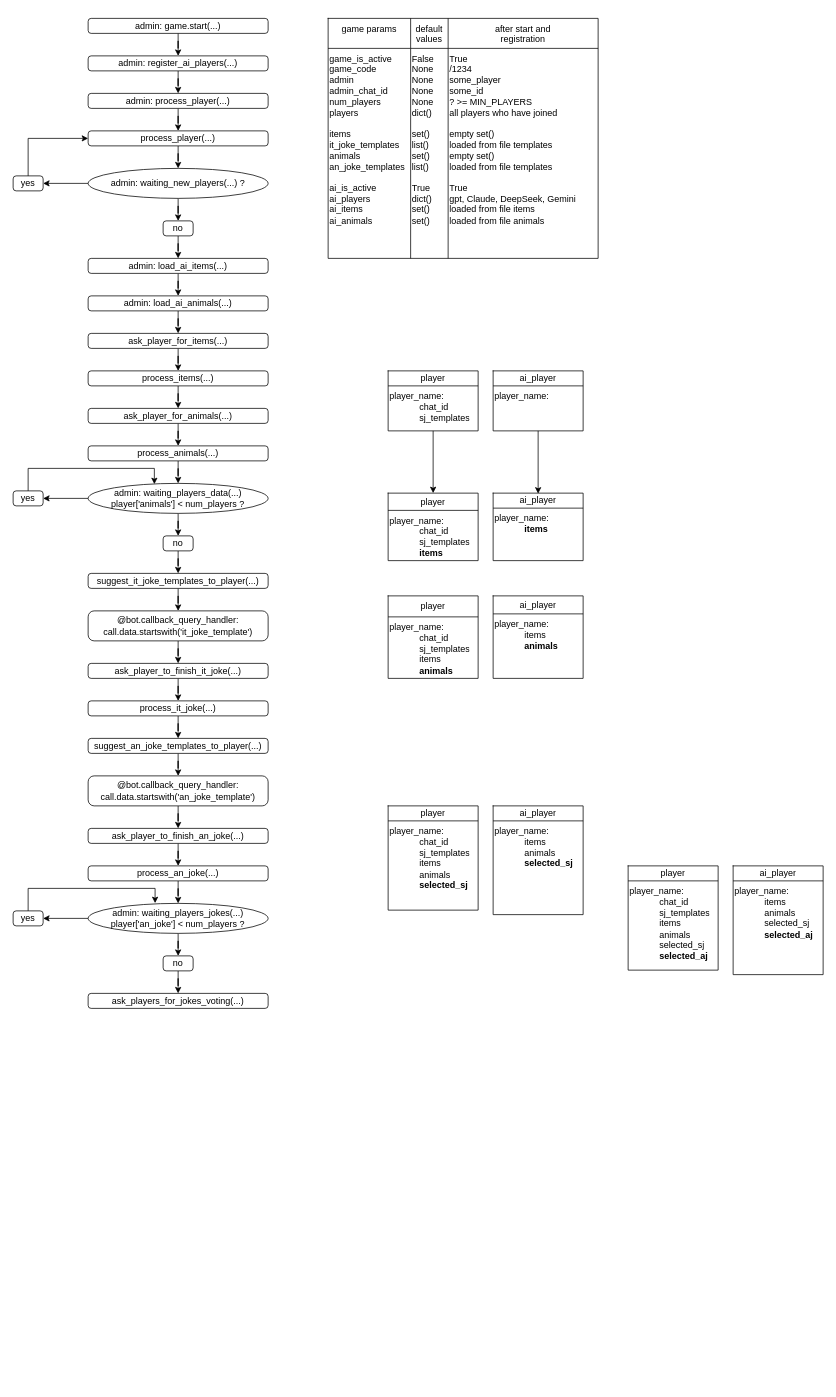
The draw.io diagram page "Page-1" (1 of 2) of telebot.drawio in yuko-37/smehahuehbot, before the edit. Source tidied: cells renumbered, new cells numbered last; positions are measured from the earlier drawing's top-left corner, leaving out a move shared by most shapes. Both pictures are drawn from the tidied source at 75%, with x=0, y=0 at pixel (13, 18).
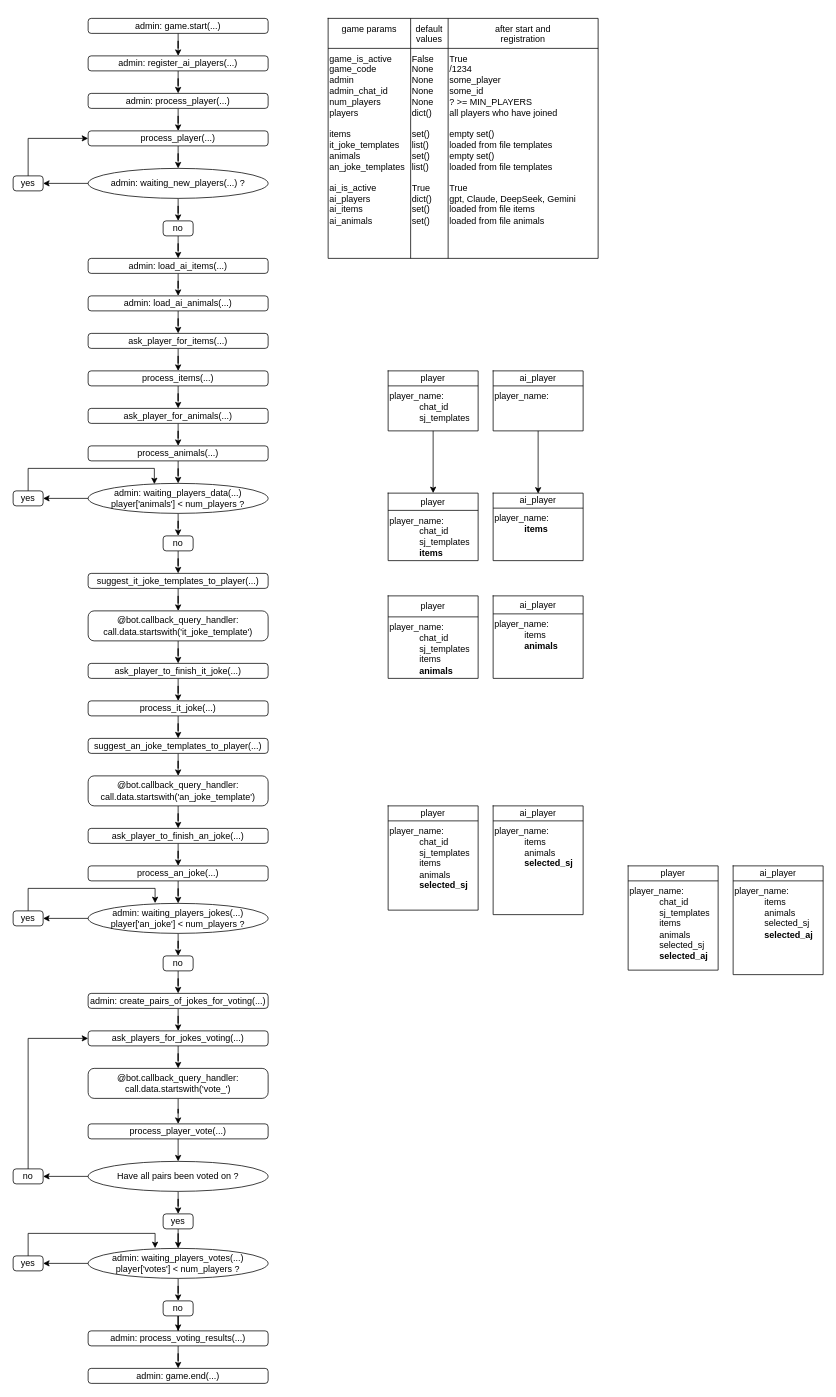
Above is the later version.

The change refers to these unchanged cells:
```xml
<mxCell id="118" value="no" style="rounded=1;whiteSpace=wrap;html=1;arcSize=20;" parent="1" vertex="1">
  <mxGeometry x="200" y="1250" width="40" height="20" as="geometry" />
</mxCell>
```

The edit, as a diff of the source:
```diff
@@
-    <mxCell id="117" style="edgeStyle=orthogonalEdgeStyle;rounded=0;jettySize=auto;html=1;" parent="1" edge="1" source="118" target="121">
-      <mxGeometry relative="1" as="geometry" />
-    </mxCell>
+    <mxCell id="122" style="edgeStyle=orthogonalEdgeStyle;rounded=0;jettySize=auto;html=1;" parent="1" edge="1" source="118" target="135">
+      <mxGeometry relative="1" as="geometry" />
+    </mxCell>
@@
+    <mxCell id="123" style="edgeStyle=orthogonalEdgeStyle;rounded=0;jettySize=auto;html=1;" parent="1" edge="1" source="121" target="125">
+      <mxGeometry relative="1" as="geometry" />
+    </mxCell>
     <mxCell id="121" value="ask_players_for_jokes_voting(...)" style="rounded=1;whiteSpace=wrap;html=1;arcSize=20;" parent="1" vertex="1">
-      <mxGeometry x="100" y="1300" width="240" height="20" as="geometry" />
+      <mxGeometry x="100" y="1350" width="240" height="20" as="geometry" />
     </mxCell>
+    <mxCell id="124" style="edgeStyle=orthogonalEdgeStyle;rounded=0;jettySize=auto;html=1;" parent="1" edge="1" source="125" target="126">
+      <mxGeometry relative="1" as="geometry" />
+    </mxCell>
+    <mxCell id="125" value="@bot.callback_query_handler:&lt;div&gt;call.data.startswith('vote_')&lt;/div&gt;" style="rounded=1;whiteSpace=wrap;html=1;arcSize=20;" parent="1" vertex="1">
+      <mxGeometry x="100" y="1400" width="240" height="40" as="geometry" />
+    </mxCell>
+    <mxCell id="126" value="process_player_vote(...)" style="rounded=1;whiteSpace=wrap;html=1;arcSize=20;" parent="1" vertex="1">
+      <mxGeometry x="100" y="1474" width="240" height="20" as="geometry" />
+    </mxCell>
+    <mxCell id="127" style="edgeStyle=orthogonalEdgeStyle;rounded=0;jettySize=auto;html=1;entryX=0.5;entryY=0;entryDx=0;entryDy=0;" parent="1" edge="1" source="129" target="131">
+      <mxGeometry relative="1" as="geometry" />
+    </mxCell>
+    <mxCell id="128" style="edgeStyle=orthogonalEdgeStyle;rounded=0;jettySize=auto;html=1;entryX=1;entryY=0.5;entryDx=0;entryDy=0;" parent="1" edge="1" source="129" target="132">
+      <mxGeometry relative="1" as="geometry" />
+    </mxCell>
+    <mxCell id="129" value="admin:&amp;nbsp;&lt;span style=&quot;background-color: transparent; color: light-dark(rgb(0, 0, 0), rgb(255, 255, 255));&quot;&gt;waiting_players_votes(...)&lt;/span&gt;&lt;div&gt;&lt;span style=&quot;background-color: transparent; color: light-dark(rgb(0, 0, 0), rgb(255, 255, 255));&quot;&gt;player['votes'] &amp;lt; num_players ?&lt;/span&gt;&lt;/div&gt;" style="ellipse;whiteSpace=wrap;html=1;" parent="1" vertex="1">
+      <mxGeometry x="100" y="1640" width="240" height="40" as="geometry" />
+    </mxCell>
+    <mxCell id="130" style="edgeStyle=orthogonalEdgeStyle;rounded=0;jettySize=auto;html=1;" parent="1" edge="1" source="131" target="145">
+      <mxGeometry relative="1" as="geometry" />
+    </mxCell>
+    <mxCell id="131" value="no" style="rounded=1;whiteSpace=wrap;html=1;arcSize=20;" parent="1" vertex="1">
+      <mxGeometry x="200" y="1710" width="40" height="20" as="geometry" />
+    </mxCell>
+    <mxCell id="132" value="yes" style="rounded=1;whiteSpace=wrap;html=1;arcSize=20;" parent="1" vertex="1">
+      <mxGeometry y="1650" width="40" height="20" as="geometry" />
+    </mxCell>
+    <mxCell id="133" style="edgeStyle=orthogonalEdgeStyle;rounded=0;jettySize=auto;html=1;entryX=0.372;entryY=-0.008;entryDx=0;entryDy=0;entryPerimeter=0;" parent="1" edge="1" source="132" target="129">
+      <mxGeometry relative="1" as="geometry">
+        <Array as="points">
+          <mxPoint x="20" y="1620" />
+          <mxPoint x="189" y="1620" />
+        </Array>
+      </mxGeometry>
+    </mxCell>
+    <mxCell id="134" style="edgeStyle=orthogonalEdgeStyle;rounded=0;jettySize=auto;html=1;entryX=0.5;entryY=0;entryDx=0;entryDy=0;" parent="1" edge="1" source="135" target="121">
+      <mxGeometry relative="1" as="geometry" />
+    </mxCell>
+    <mxCell id="135" value="admin: create_pairs_of_jokes_for_voting(...)" style="rounded=1;whiteSpace=wrap;html=1;arcSize=20;" parent="1" vertex="1">
+      <mxGeometry x="100" y="1300" width="240" height="20" as="geometry" />
+    </mxCell>
+    <mxCell id="136" style="edgeStyle=orthogonalEdgeStyle;rounded=0;jettySize=auto;html=1;entryX=0.5;entryY=0;entryDx=0;entryDy=0;" parent="1" edge="1" target="139">
+      <mxGeometry relative="1" as="geometry">
+        <mxPoint x="220" y="1494" as="sourcePoint" />
+      </mxGeometry>
+    </mxCell>
+    <mxCell id="137" style="edgeStyle=orthogonalEdgeStyle;rounded=0;jettySize=auto;html=1;entryX=0.5;entryY=0;entryDx=0;entryDy=0;" parent="1" edge="1" source="139" target="141">
+      <mxGeometry relative="1" as="geometry" />
+    </mxCell>
+    <mxCell id="138" style="edgeStyle=orthogonalEdgeStyle;rounded=0;jettySize=auto;html=1;entryX=1;entryY=0.5;entryDx=0;entryDy=0;" parent="1" edge="1" source="139" target="143">
+      <mxGeometry relative="1" as="geometry" />
+    </mxCell>
+    <mxCell id="139" value="Have all pairs been voted on ?" style="ellipse;whiteSpace=wrap;html=1;" parent="1" vertex="1">
+      <mxGeometry x="100" y="1524" width="240" height="40" as="geometry" />
+    </mxCell>
+    <mxCell id="140" style="edgeStyle=orthogonalEdgeStyle;rounded=0;jettySize=auto;html=1;entryX=0.5;entryY=0;entryDx=0;entryDy=0;" parent="1" edge="1" source="141" target="129">
+      <mxGeometry relative="1" as="geometry" />
+    </mxCell>
+    <mxCell id="141" value="yes" style="rounded=1;whiteSpace=wrap;html=1;arcSize=20;" parent="1" vertex="1">
+      <mxGeometry x="200" y="1594" width="40" height="20" as="geometry" />
+    </mxCell>
+    <mxCell id="142" style="edgeStyle=orthogonalEdgeStyle;rounded=0;jettySize=auto;html=1;entryX=0;entryY=0.5;entryDx=0;entryDy=0;" parent="1" edge="1" source="143" target="121">
+      <mxGeometry relative="1" as="geometry">
+        <Array as="points">
+          <mxPoint x="20" y="1360" />
+        </Array>
+      </mxGeometry>
+    </mxCell>
+    <mxCell id="143" value="no" style="rounded=1;whiteSpace=wrap;html=1;arcSize=20;" parent="1" vertex="1">
+      <mxGeometry y="1534" width="40" height="20" as="geometry" />
+    </mxCell>
+    <mxCell id="144" style="edgeStyle=orthogonalEdgeStyle;rounded=0;jettySize=auto;html=1;" parent="1" edge="1" source="145" target="146">
+      <mxGeometry relative="1" as="geometry" />
+    </mxCell>
+    <mxCell id="145" value="admin: process_voting_results(...)" style="rounded=1;whiteSpace=wrap;html=1;arcSize=20;" parent="1" vertex="1">
+      <mxGeometry x="100" y="1750" width="240" height="20" as="geometry" />
+    </mxCell>
+    <mxCell id="146" value="admin: game.end(...)" style="rounded=1;whiteSpace=wrap;html=1;arcSize=20;" parent="1" vertex="1">
+      <mxGeometry x="100" y="1800" width="240" height="20" as="geometry" />
+    </mxCell>
```
